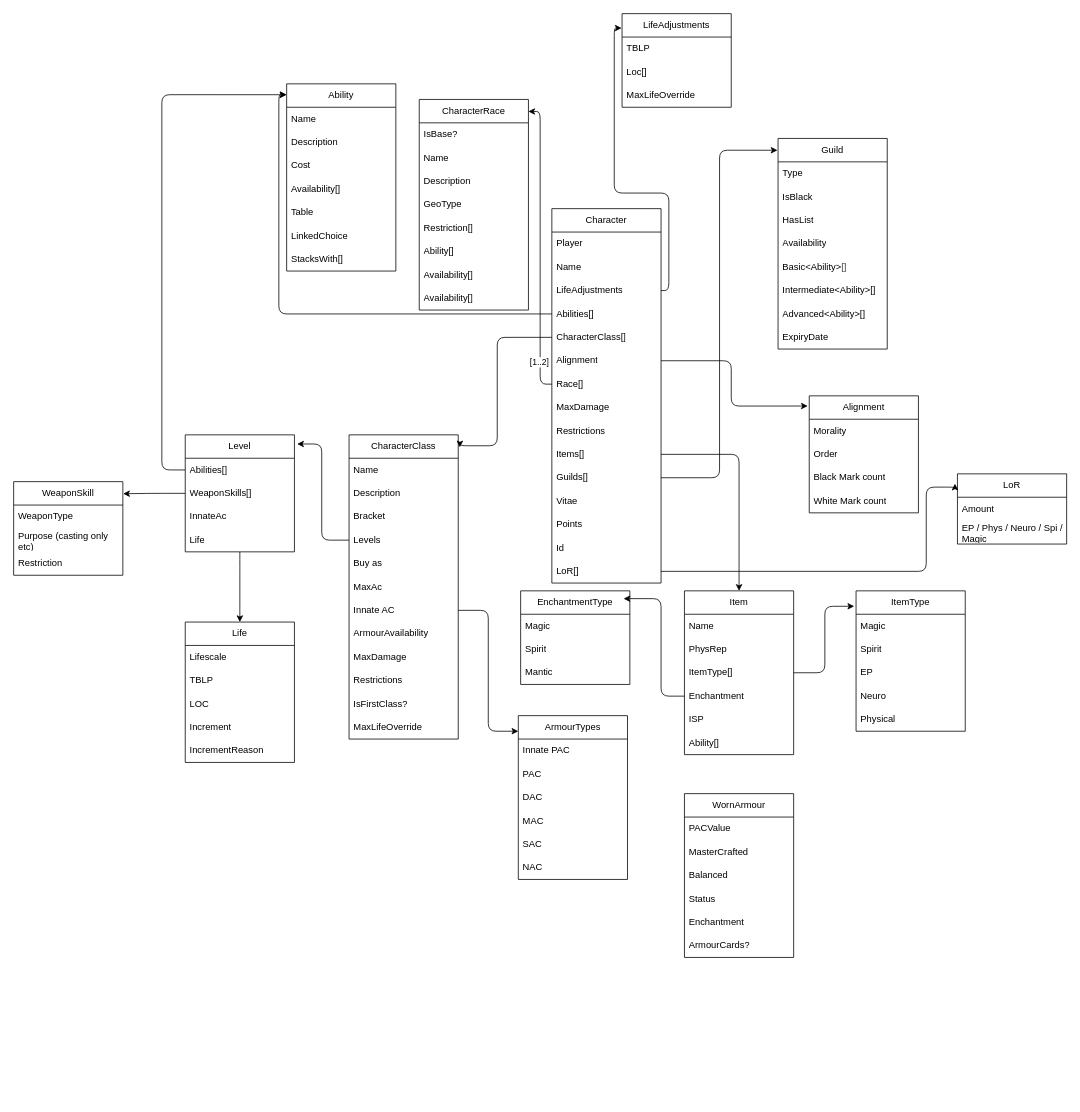
The draw.io diagram Logical Datamodel.dio in CyborgAeon/labyItems, before the edit. Source tidied: cells renumbered, new cells numbered last; positions are measured from the earlier drawing's top-left corner, leaving out a move shared by most shapes. Both pictures are drawn from the tidied source at 78%, with x=0, y=0 at pixel (13, 13).
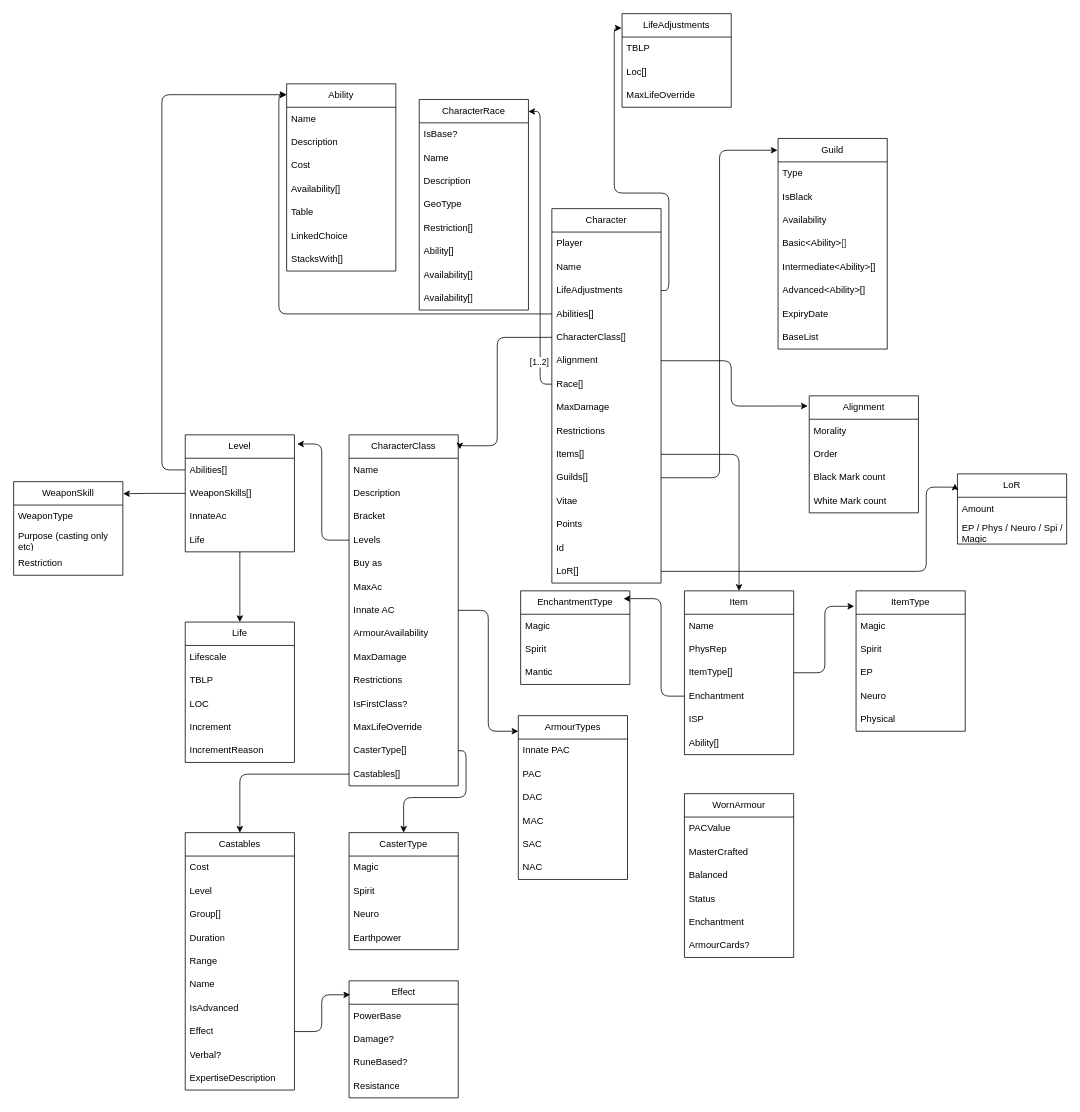
After the change.

The change refers to these unchanged cells:
```xml
<mxCell id="100" value="Guild" style="swimlane;fontStyle=0;horizontal=1;startSize=30;whiteSpace=wrap;html=1;" parent="1" vertex="1">
  <mxGeometry x="980" y="160" width="140" height="270" as="geometry" />
</mxCell>
```

Diff of the diagram source:
```diff
@@
     <mxCell id="2" value="CharacterClass" style="swimlane;fontStyle=0;horizontal=1;startSize=30;whiteSpace=wrap;html=1;" parent="1" vertex="1">
-      <mxGeometry x="430" y="540" width="140" height="390" as="geometry" />
+      <mxGeometry x="430" y="540" width="140" height="450" as="geometry" />
     </mxCell>
@@
+    <mxCell id="131" value="CasterType[]" style="text;strokeColor=none;fillColor=none;align=left;verticalAlign=middle;spacingLeft=4;spacingRight=4;overflow=hidden;points=[[0,0.5],[1,0.5]];portConstraint=eastwest;whiteSpace=wrap;html=1;" parent="2" vertex="1">
+      <mxGeometry y="390" width="140" height="30" as="geometry" />
+    </mxCell>
+    <mxCell id="132" value="Castables[]" style="text;strokeColor=none;fillColor=none;align=left;verticalAlign=middle;spacingLeft=4;spacingRight=4;overflow=hidden;points=[[0,0.5],[1,0.5]];portConstraint=eastwest;whiteSpace=wrap;html=1;" parent="2" vertex="1">
+      <mxGeometry y="420" width="140" height="30" as="geometry" />
+    </mxCell>
@@
-    <mxCell id="103" value="HasList" style="text;strokeColor=none;fillColor=none;align=left;verticalAlign=middle;spacingLeft=4;spacingRight=4;overflow=hidden;whiteSpace=wrap;html=1;" parent="100" vertex="1">
-      <mxGeometry y="90" width="140" height="30" as="geometry" />
-    </mxCell>
     <mxCell id="104" value="Availability" style="text;strokeColor=none;fillColor=none;align=left;verticalAlign=middle;spacingLeft=4;spacingRight=4;overflow=hidden;whiteSpace=wrap;html=1;" parent="100" vertex="1">
-      <mxGeometry y="120" width="140" height="30" as="geometry" />
+      <mxGeometry y="90" width="140" height="30" as="geometry" />
     </mxCell>
     <mxCell id="105" value="Basic&amp;lt;Ability&amp;gt;&lt;span style=&quot;color: rgb(63, 63, 63); background-color: transparent;&quot;&gt;[]&lt;/span&gt;" style="text;strokeColor=none;fillColor=none;align=left;verticalAlign=middle;spacingLeft=4;spacingRight=4;overflow=hidden;whiteSpace=wrap;html=1;" parent="100" vertex="1">
-      <mxGeometry y="150" width="140" height="30" as="geometry" />
+      <mxGeometry y="120" width="140" height="30" as="geometry" />
     </mxCell>
     <mxCell id="106" value="Intermediate&amp;lt;Ability&amp;gt;[]" style="text;strokeColor=none;fillColor=none;align=left;verticalAlign=middle;spacingLeft=4;spacingRight=4;overflow=hidden;whiteSpace=wrap;html=1;" parent="100" vertex="1">
-      <mxGeometry y="180" width="140" height="30" as="geometry" />
+      <mxGeometry y="150" width="140" height="30" as="geometry" />
     </mxCell>
     <mxCell id="107" value="Advanced&amp;lt;Ability&amp;gt;[]" style="text;strokeColor=none;fillColor=none;align=left;verticalAlign=middle;spacingLeft=4;spacingRight=4;overflow=hidden;whiteSpace=wrap;html=1;" parent="100" vertex="1">
-      <mxGeometry y="210" width="140" height="30" as="geometry" />
+      <mxGeometry y="180" width="140" height="30" as="geometry" />
     </mxCell>
     <mxCell id="108" value="ExpiryDate" style="text;strokeColor=none;fillColor=none;align=left;verticalAlign=middle;spacingLeft=4;spacingRight=4;overflow=hidden;whiteSpace=wrap;html=1;" parent="100" vertex="1">
-      <mxGeometry y="240" width="140" height="30" as="geometry" />
+      <mxGeometry y="210" width="140" height="30" as="geometry" />
     </mxCell>
+    <mxCell id="133" value="BaseList" style="text;strokeColor=none;fillColor=none;align=left;verticalAlign=middle;spacingLeft=4;spacingRight=4;overflow=hidden;whiteSpace=wrap;html=1;" parent="100" vertex="1">
+      <mxGeometry y="240" width="140" height="30" as="geometry" />
+    </mxCell>
@@
+    <mxCell id="134" value="CasterType" style="swimlane;fontStyle=0;horizontal=1;startSize=30;whiteSpace=wrap;html=1;" parent="1" vertex="1">
+      <mxGeometry x="430" y="1050" width="140" height="150" as="geometry" />
+    </mxCell>
+    <mxCell id="135" value="Magic" style="text;strokeColor=none;fillColor=none;align=left;verticalAlign=middle;spacingLeft=4;spacingRight=4;overflow=hidden;whiteSpace=wrap;html=1;" parent="134" vertex="1">
+      <mxGeometry y="30" width="140" height="30" as="geometry" />
+    </mxCell>
+    <mxCell id="136" value="Spirit" style="text;strokeColor=none;fillColor=none;align=left;verticalAlign=middle;spacingLeft=4;spacingRight=4;overflow=hidden;whiteSpace=wrap;html=1;" parent="134" vertex="1">
+      <mxGeometry y="60" width="140" height="30" as="geometry" />
+    </mxCell>
+    <mxCell id="137" value="Neuro" style="text;strokeColor=none;fillColor=none;align=left;verticalAlign=middle;spacingLeft=4;spacingRight=4;overflow=hidden;whiteSpace=wrap;html=1;" parent="134" vertex="1">
+      <mxGeometry y="90" width="140" height="30" as="geometry" />
+    </mxCell>
+    <mxCell id="138" value="Earthpower" style="text;strokeColor=none;fillColor=none;align=left;verticalAlign=middle;spacingLeft=4;spacingRight=4;overflow=hidden;whiteSpace=wrap;html=1;" parent="134" vertex="1">
+      <mxGeometry y="120" width="140" height="30" as="geometry" />
+    </mxCell>
+    <mxCell id="139" style="edgeStyle=orthogonalEdgeStyle;html=1;entryX=0.5;entryY=0;entryDx=0;entryDy=0;" parent="1" edge="1" source="131" target="134">
+      <mxGeometry relative="1" as="geometry">
+        <Array as="points">
+          <mxPoint x="580" y="945" />
+          <mxPoint x="580" y="1005" />
+          <mxPoint x="500" y="1005" />
+        </Array>
+      </mxGeometry>
+    </mxCell>
+    <mxCell id="140" value="Castables" style="swimlane;fontStyle=0;horizontal=1;startSize=30;whiteSpace=wrap;html=1;" parent="1" vertex="1">
+      <mxGeometry x="220" y="1050" width="140" height="330" as="geometry" />
+    </mxCell>
+    <mxCell id="141" value="Cost" style="text;strokeColor=none;fillColor=none;align=left;verticalAlign=middle;spacingLeft=4;spacingRight=4;overflow=hidden;whiteSpace=wrap;html=1;" parent="140" vertex="1">
+      <mxGeometry y="30" width="140" height="30" as="geometry" />
+    </mxCell>
+    <mxCell id="142" value="Level" style="text;strokeColor=none;fillColor=none;align=left;verticalAlign=middle;spacingLeft=4;spacingRight=4;overflow=hidden;whiteSpace=wrap;html=1;" parent="140" vertex="1">
+      <mxGeometry y="60" width="140" height="30" as="geometry" />
+    </mxCell>
+    <mxCell id="143" value="Group[]" style="text;strokeColor=none;fillColor=none;align=left;verticalAlign=middle;spacingLeft=4;spacingRight=4;overflow=hidden;whiteSpace=wrap;html=1;" parent="140" vertex="1">
+      <mxGeometry y="90" width="140" height="30" as="geometry" />
+    </mxCell>
+    <mxCell id="144" value="Duration" style="text;strokeColor=none;fillColor=none;align=left;verticalAlign=middle;spacingLeft=4;spacingRight=4;overflow=hidden;whiteSpace=wrap;html=1;" parent="140" vertex="1">
+      <mxGeometry y="120" width="140" height="30" as="geometry" />
+    </mxCell>
+    <mxCell id="145" value="Range" style="text;strokeColor=none;fillColor=none;align=left;verticalAlign=middle;spacingLeft=4;spacingRight=4;overflow=hidden;whiteSpace=wrap;html=1;" parent="140" vertex="1">
+      <mxGeometry y="150" width="140" height="30" as="geometry" />
+    </mxCell>
+    <mxCell id="146" value="Name" style="text;strokeColor=none;fillColor=none;align=left;verticalAlign=middle;spacingLeft=4;spacingRight=4;overflow=hidden;whiteSpace=wrap;html=1;" parent="140" vertex="1">
+      <mxGeometry y="180" width="140" height="30" as="geometry" />
+    </mxCell>
+    <mxCell id="147" value="IsAdvanced" style="text;strokeColor=none;fillColor=none;align=left;verticalAlign=middle;spacingLeft=4;spacingRight=4;overflow=hidden;whiteSpace=wrap;html=1;" parent="140" vertex="1">
+      <mxGeometry y="210" width="140" height="30" as="geometry" />
+    </mxCell>
+    <mxCell id="148" value="Effect" style="text;strokeColor=none;fillColor=none;align=left;verticalAlign=middle;spacingLeft=4;spacingRight=4;overflow=hidden;points=[[0,0.5],[1,0.5]];portConstraint=eastwest;whiteSpace=wrap;html=1;" parent="140" vertex="1">
+      <mxGeometry y="240" width="140" height="30" as="geometry" />
+    </mxCell>
+    <mxCell id="149" value="Verbal?" style="text;strokeColor=none;fillColor=none;align=left;verticalAlign=middle;spacingLeft=4;spacingRight=4;overflow=hidden;whiteSpace=wrap;html=1;" parent="140" vertex="1">
+      <mxGeometry y="270" width="140" height="30" as="geometry" />
+    </mxCell>
+    <mxCell id="150" value="ExpertiseDescription" style="text;strokeColor=none;fillColor=none;align=left;verticalAlign=middle;spacingLeft=4;spacingRight=4;overflow=hidden;whiteSpace=wrap;html=1;" parent="140" vertex="1">
+      <mxGeometry y="300" width="140" height="30" as="geometry" />
+    </mxCell>
+    <mxCell id="151" style="edgeStyle=orthogonalEdgeStyle;html=1;entryX=0.5;entryY=0;entryDx=0;entryDy=0;" parent="1" edge="1" source="132" target="140">
+      <mxGeometry relative="1" as="geometry" />
+    </mxCell>
+    <mxCell id="152" value="Effect" style="swimlane;fontStyle=0;horizontal=1;startSize=30;whiteSpace=wrap;html=1;" parent="1" vertex="1">
+      <mxGeometry x="430" y="1240" width="140" height="150" as="geometry" />
+    </mxCell>
+    <mxCell id="153" value="PowerBase" style="text;strokeColor=none;fillColor=none;align=left;verticalAlign=middle;spacingLeft=4;spacingRight=4;overflow=hidden;whiteSpace=wrap;html=1;" parent="152" vertex="1">
+      <mxGeometry y="30" width="140" height="30" as="geometry" />
+    </mxCell>
+    <mxCell id="154" value="Damage?" style="text;strokeColor=none;fillColor=none;align=left;verticalAlign=middle;spacingLeft=4;spacingRight=4;overflow=hidden;whiteSpace=wrap;html=1;" parent="152" vertex="1">
+      <mxGeometry y="60" width="140" height="30" as="geometry" />
+    </mxCell>
+    <mxCell id="155" value="RuneBased?" style="text;strokeColor=none;fillColor=none;align=left;verticalAlign=middle;spacingLeft=4;spacingRight=4;overflow=hidden;whiteSpace=wrap;html=1;" parent="152" vertex="1">
+      <mxGeometry y="90" width="140" height="30" as="geometry" />
+    </mxCell>
+    <mxCell id="156" value="Resistance" style="text;strokeColor=none;fillColor=none;align=left;verticalAlign=middle;spacingLeft=4;spacingRight=4;overflow=hidden;whiteSpace=wrap;html=1;" parent="152" vertex="1">
+      <mxGeometry y="120" width="140" height="30" as="geometry" />
+    </mxCell>
+    <mxCell id="157" style="edgeStyle=orthogonalEdgeStyle;html=1;entryX=0.01;entryY=0.119;entryDx=0;entryDy=0;entryPerimeter=0;" parent="1" edge="1" source="148" target="152">
+      <mxGeometry relative="1" as="geometry" />
+    </mxCell>
```
